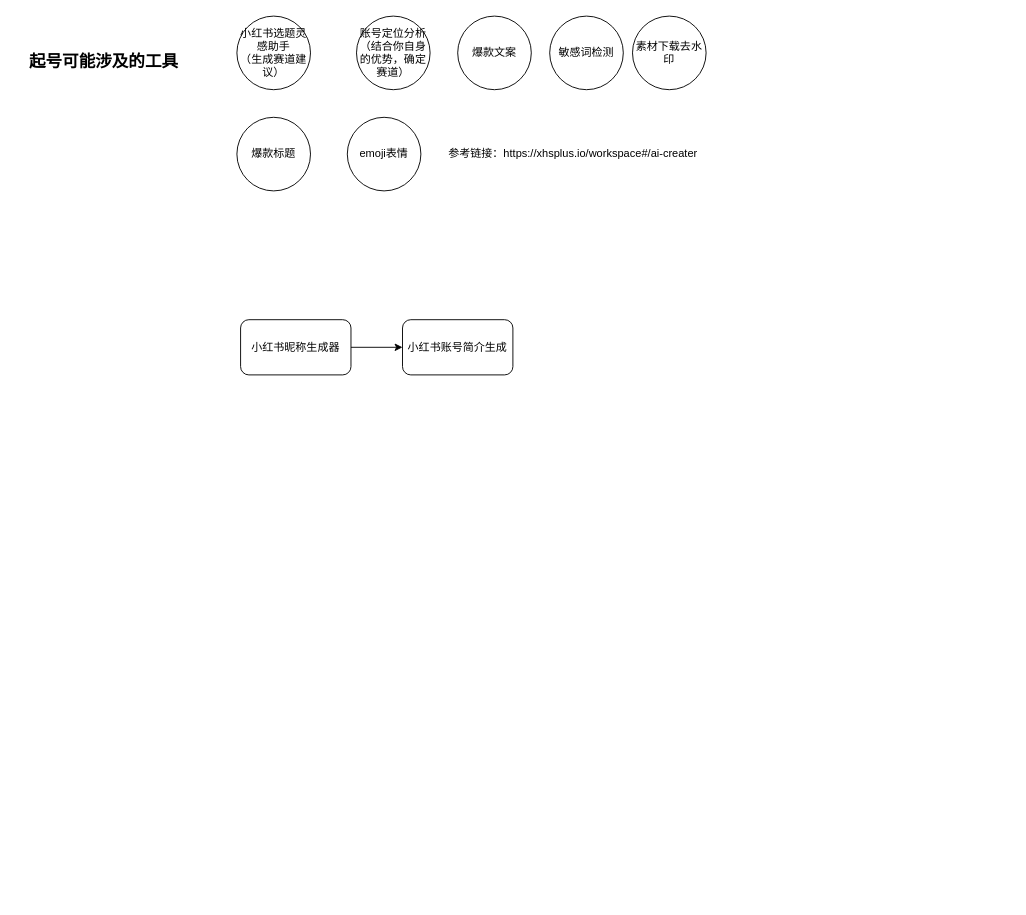
Before: 小红书.drawio in wanglongsxr/drawio, a draw.io diagram. Source tidied: cells renumbered, new cells numbered last; positions are measured from the earlier drawing's top-left corner, leaving out a move shared by most shapes. Both pictures are drawn from the tidied source at 92%, with x=0, y=0 at pixel (16, 16).
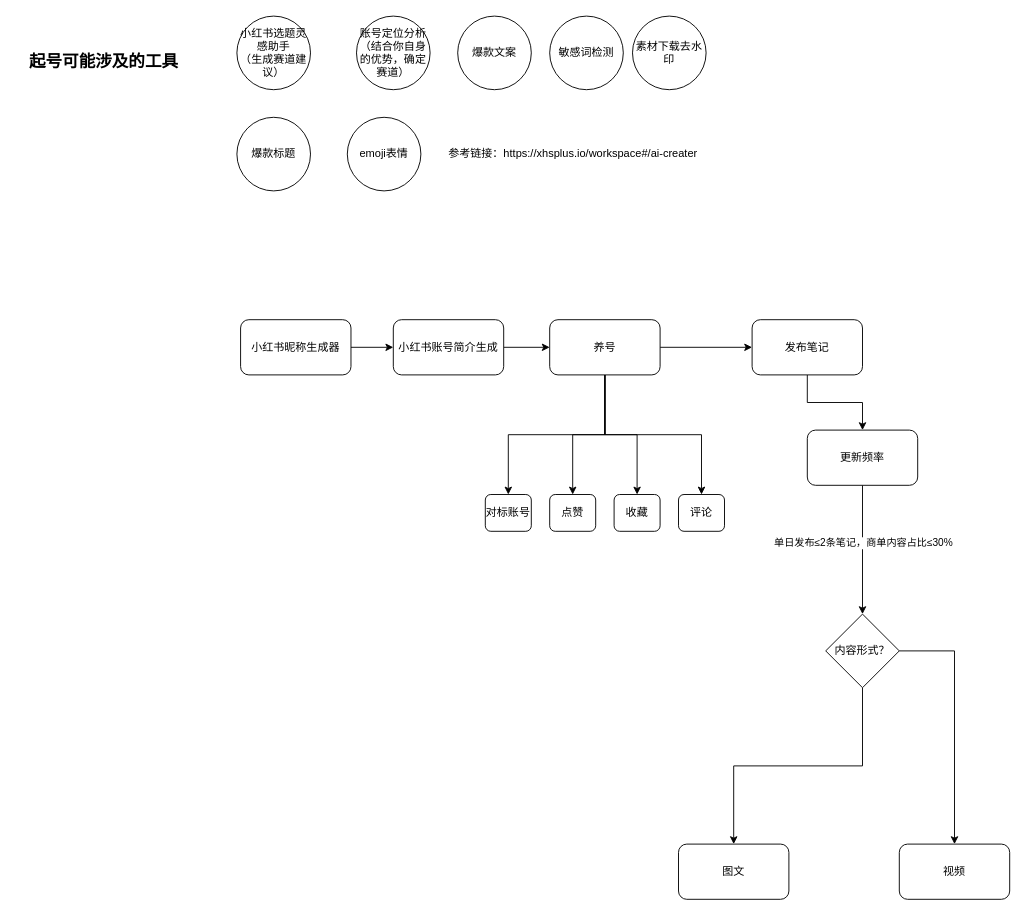
The same diagram, later.

Commit message (it also covers changes not shown here):
更新小红书.drawio

Diff of the diagram source:
```diff
@@
+    <mxCell id="14" style="edgeStyle=orthogonalEdgeStyle;rounded=0;jettySize=auto;html=1;exitX=1;exitY=0.5;exitDx=0;exitDy=0;entryX=0;entryY=0.5;entryDx=0;entryDy=0;" parent="1" edge="1" source="5" target="25">
+      <mxGeometry relative="1" as="geometry" />
+    </mxCell>
     <mxCell id="5" value="小红书账号简介生成" style="rounded=1;whiteSpace=wrap;html=1;" parent="1" vertex="1">
-      <mxGeometry x="420" y="330" width="120" height="60" as="geometry" />
+      <mxGeometry x="410" y="330" width="120" height="60" as="geometry" />
     </mxCell>
@@
+    <mxCell id="15" style="edgeStyle=orthogonalEdgeStyle;rounded=0;jettySize=auto;html=1;exitX=0.5;exitY=1;exitDx=0;exitDy=0;entryX=0.5;entryY=0;entryDx=0;entryDy=0;" parent="1" edge="1" source="17" target="18">
+      <mxGeometry relative="1" as="geometry" />
+    </mxCell>
+    <mxCell id="16" style="edgeStyle=orthogonalEdgeStyle;rounded=0;jettySize=auto;html=1;exitX=1;exitY=0.5;exitDx=0;exitDy=0;" parent="1" edge="1" source="17" target="19">
+      <mxGeometry relative="1" as="geometry" />
+    </mxCell>
+    <mxCell id="17" value="内容形式？" style="rhombus;whiteSpace=wrap;html=1;" parent="1" vertex="1">
+      <mxGeometry x="880" y="650" width="80" height="80" as="geometry" />
+    </mxCell>
+    <mxCell id="18" value="图文" style="rounded=1;whiteSpace=wrap;html=1;" parent="1" vertex="1">
+      <mxGeometry x="720" y="900" width="120" height="60" as="geometry" />
+    </mxCell>
+    <mxCell id="19" value="视频" style="rounded=1;whiteSpace=wrap;html=1;" parent="1" vertex="1">
+      <mxGeometry x="960" y="900" width="120" height="60" as="geometry" />
+    </mxCell>
+    <mxCell id="20" style="edgeStyle=orthogonalEdgeStyle;rounded=0;jettySize=auto;html=1;" parent="1" edge="1" source="25" target="27">
+      <mxGeometry relative="1" as="geometry" />
+    </mxCell>
+    <mxCell id="21" style="edgeStyle=orthogonalEdgeStyle;rounded=0;jettySize=auto;html=1;exitX=0.5;exitY=1;exitDx=0;exitDy=0;" parent="1" edge="1" source="25" target="31">
+      <mxGeometry relative="1" as="geometry" />
+    </mxCell>
+    <mxCell id="22" style="edgeStyle=orthogonalEdgeStyle;rounded=0;jettySize=auto;html=1;exitX=0.5;exitY=1;exitDx=0;exitDy=0;entryX=0.5;entryY=0;entryDx=0;entryDy=0;" parent="1" edge="1" source="25" target="28">
+      <mxGeometry relative="1" as="geometry" />
+    </mxCell>
+    <mxCell id="23" style="edgeStyle=orthogonalEdgeStyle;rounded=0;jettySize=auto;html=1;exitX=0.5;exitY=1;exitDx=0;exitDy=0;entryX=0.5;entryY=0;entryDx=0;entryDy=0;" parent="1" edge="1" source="25" target="29">
+      <mxGeometry relative="1" as="geometry" />
+    </mxCell>
+    <mxCell id="24" style="edgeStyle=orthogonalEdgeStyle;rounded=0;jettySize=auto;html=1;exitX=0.5;exitY=1;exitDx=0;exitDy=0;" parent="1" edge="1" source="25" target="30">
+      <mxGeometry relative="1" as="geometry" />
+    </mxCell>
+    <mxCell id="25" value="养号" style="whiteSpace=wrap;html=1;rounded=1;" parent="1" vertex="1">
+      <mxGeometry x="580" y="330" width="120" height="60" as="geometry" />
+    </mxCell>
+    <mxCell id="26" style="edgeStyle=orthogonalEdgeStyle;rounded=0;jettySize=auto;html=1;exitX=0.5;exitY=1;exitDx=0;exitDy=0;entryX=0.5;entryY=0;entryDx=0;entryDy=0;" parent="1" edge="1" source="27" target="34">
+      <mxGeometry relative="1" as="geometry" />
+    </mxCell>
+    <mxCell id="27" value="发布笔记" style="whiteSpace=wrap;html=1;rounded=1;" parent="1" vertex="1">
+      <mxGeometry x="800" y="330" width="120" height="60" as="geometry" />
+    </mxCell>
+    <mxCell id="28" value="点赞" style="rounded=1;whiteSpace=wrap;html=1;" parent="1" vertex="1">
+      <mxGeometry x="580" y="520" width="50" height="40" as="geometry" />
+    </mxCell>
+    <mxCell id="29" value="收藏" style="rounded=1;whiteSpace=wrap;html=1;" parent="1" vertex="1">
+      <mxGeometry x="650" y="520" width="50" height="40" as="geometry" />
+    </mxCell>
+    <mxCell id="30" value="评论" style="rounded=1;whiteSpace=wrap;html=1;" parent="1" vertex="1">
+      <mxGeometry x="720" y="520" width="50" height="40" as="geometry" />
+    </mxCell>
+    <mxCell id="31" value="对标账号" style="rounded=1;whiteSpace=wrap;html=1;" parent="1" vertex="1">
+      <mxGeometry x="510" y="520" width="50" height="40" as="geometry" />
+    </mxCell>
+    <mxCell id="32" style="edgeStyle=orthogonalEdgeStyle;rounded=0;jettySize=auto;html=1;exitX=0.5;exitY=1;exitDx=0;exitDy=0;" parent="1" edge="1" source="34" target="17">
+      <mxGeometry relative="1" as="geometry" />
+    </mxCell>
+    <mxCell id="33" value="单日发布≤2条笔记，商单内容占比≤30%" style="edgeLabel;html=1;align=center;verticalAlign=middle;" parent="32" vertex="1">
+      <mxGeometry x="-0.12" relative="1" as="geometry" />
+    </mxCell>
+    <mxCell id="34" value="更新频率" style="rounded=1;whiteSpace=wrap;html=1;" parent="1" vertex="1">
+      <mxGeometry x="860" y="450" width="120" height="60" as="geometry" />
+    </mxCell>
```
